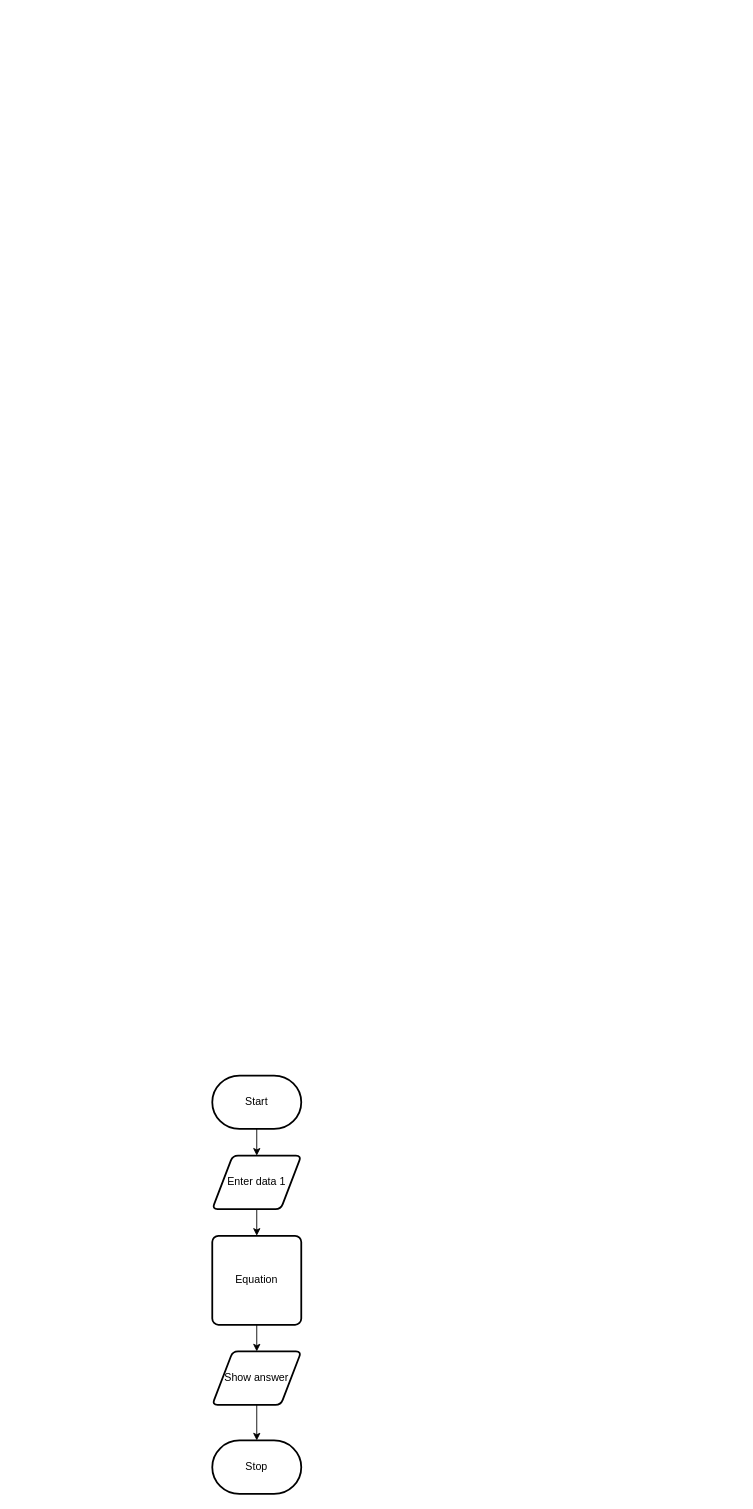
MTHS-ICS2O-2-2022/ICS2O-Unit-5-04-Jaden-Plugowsky keeps this draw.io diagram as design/flowchart.drawio. Above is the earlier version. Source tidied: cells renumbered, new cells numbered last; positions are measured from the earlier drawing's top-left corner, leaving out a move shared by most shapes. Both pictures are drawn from the tidied source at 89%, with x=0, y=0 at pixel (212, 1075).
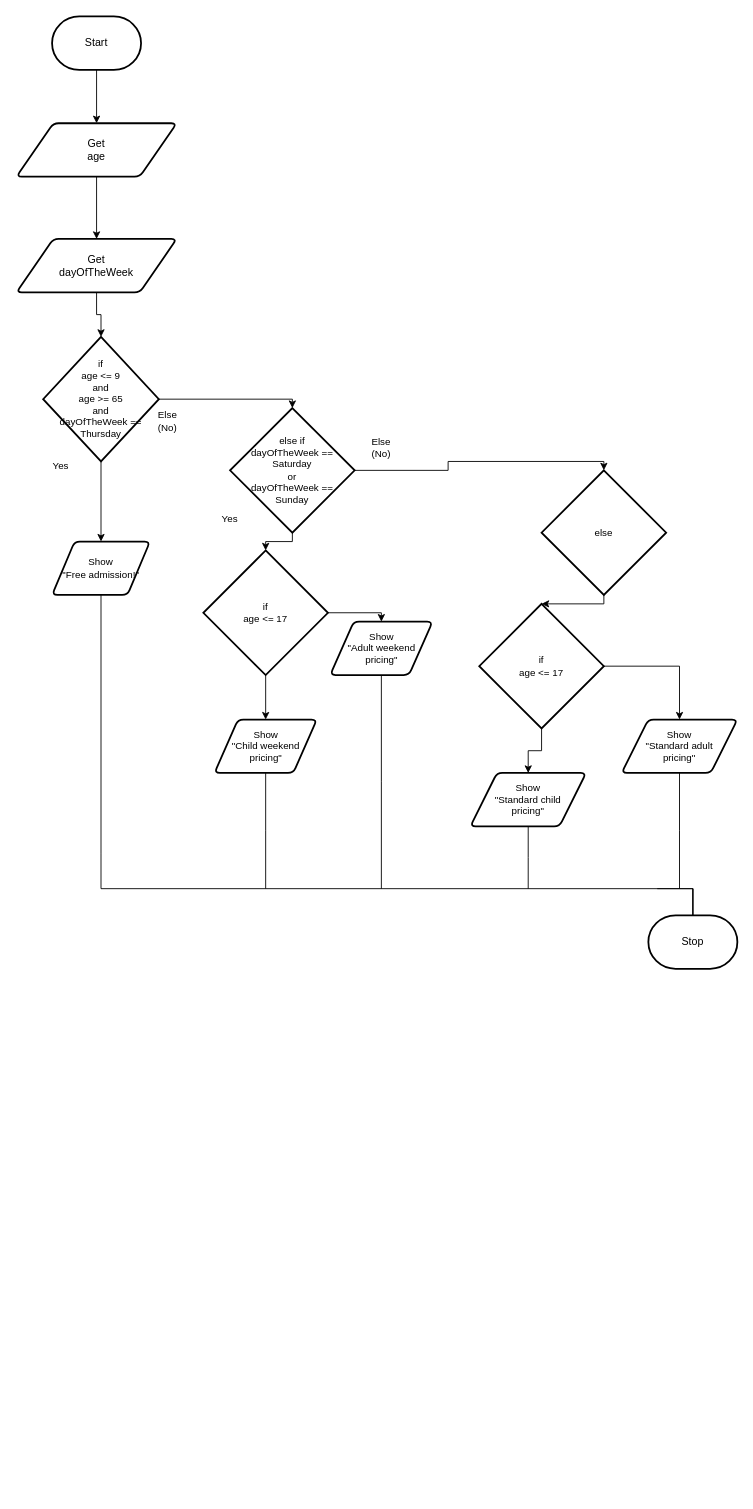
Above is the later version.

Change to the diagram source:
```diff
@@
-    <mxCell id="2" style="edgeStyle=orthogonalEdgeStyle;html=1;entryX=0.5;entryY=0;entryDx=0;entryDy=0;rounded=0;" parent="1" edge="1" source="3" target="6">
-      <mxGeometry relative="1" as="geometry" />
-    </mxCell>
+    <mxCell id="11" style="edgeStyle=orthogonalEdgeStyle;shape=connector;rounded=0;html=1;entryX=0.5;entryY=0;entryDx=0;entryDy=0;labelBackgroundColor=default;strokeColor=default;fontFamily=Helvetica;fontSize=11;fontColor=default;endArrow=classic;elbow=vertical;" parent="1" edge="1" source="3" target="13">
+      <mxGeometry relative="1" as="geometry" />
+    </mxCell>
     <mxCell id="3" value="Start" style="strokeWidth=2;html=1;shape=mxgraph.flowchart.terminator;whiteSpace=wrap;" parent="1" vertex="1">
-      <mxGeometry width="100" height="60" as="geometry" />
+      <mxGeometry x="-180" y="-1190" width="100" height="60" as="geometry" />
     </mxCell>
+    <mxCell id="12" style="edgeStyle=orthogonalEdgeStyle;shape=connector;rounded=0;html=1;entryX=0.5;entryY=0;entryDx=0;entryDy=0;labelBackgroundColor=default;strokeColor=default;fontFamily=Helvetica;fontSize=11;fontColor=default;endArrow=classic;elbow=vertical;" parent="1" edge="1" source="13" target="29">
+      <mxGeometry relative="1" as="geometry" />
+    </mxCell>
+    <mxCell id="13" value="Get&lt;br&gt;age" style="shape=parallelogram;html=1;strokeWidth=2;perimeter=parallelogramPerimeter;whiteSpace=wrap;rounded=1;arcSize=12;size=0.23;" parent="1" vertex="1">
+      <mxGeometry x="-220" y="-1070" width="180" height="60" as="geometry" />
+    </mxCell>
+    <mxCell id="14" style="edgeStyle=orthogonalEdgeStyle;shape=connector;rounded=0;html=1;entryX=0.5;entryY=0;entryDx=0;entryDy=0;labelBackgroundColor=default;strokeColor=default;fontFamily=Helvetica;fontSize=11;fontColor=default;endArrow=classic;elbow=vertical;" parent="1" edge="1" source="16" target="18">
+      <mxGeometry relative="1" as="geometry" />
+    </mxCell>
+    <mxCell id="15" style="edgeStyle=orthogonalEdgeStyle;shape=connector;rounded=0;html=1;entryX=0.5;entryY=0;entryDx=0;entryDy=0;entryPerimeter=0;labelBackgroundColor=default;strokeColor=default;fontFamily=Helvetica;fontSize=11;fontColor=default;endArrow=classic;elbow=vertical;" parent="1" edge="1" source="16" target="23">
+      <mxGeometry relative="1" as="geometry" />
+    </mxCell>
+    <mxCell id="16" value="if&lt;br&gt;age &amp;lt;= 9&lt;br&gt;and&lt;br&gt;age &amp;gt;= 65&lt;br&gt;and&lt;br&gt;dayOfTheWeek == Thursday" style="strokeWidth=2;html=1;shape=mxgraph.flowchart.decision;whiteSpace=wrap;fontFamily=Helvetica;fontSize=11;fontColor=default;" parent="1" vertex="1">
+      <mxGeometry x="-190" y="-830" width="130" height="140" as="geometry" />
+    </mxCell>
+    <mxCell id="17" style="edgeStyle=orthogonalEdgeStyle;shape=connector;rounded=0;html=1;labelBackgroundColor=default;strokeColor=default;fontFamily=Helvetica;fontSize=11;fontColor=default;endArrow=none;elbow=vertical;endFill=0;" parent="1" edge="1" source="18">
+      <mxGeometry relative="1" as="geometry">
+        <mxPoint x="540" y="-210" as="targetPoint" />
+        <Array as="points">
+          <mxPoint x="-125" y="-250" />
+          <mxPoint x="-125" y="-250" />
+        </Array>
+      </mxGeometry>
+    </mxCell>
+    <mxCell id="18" value="Show&lt;br&gt;&quot;Free admission!&quot;" style="shape=parallelogram;html=1;strokeWidth=2;perimeter=parallelogramPerimeter;whiteSpace=wrap;rounded=1;arcSize=12;size=0.23;fontFamily=Helvetica;fontSize=11;fontColor=default;" parent="1" vertex="1">
+      <mxGeometry x="-180" y="-600" width="110" height="60" as="geometry" />
+    </mxCell>
+    <mxCell id="19" value="Yes" style="text;strokeColor=none;align=center;fillColor=none;html=1;verticalAlign=middle;whiteSpace=wrap;rounded=0;fontFamily=Helvetica;fontSize=11;fontColor=default;" parent="1" vertex="1">
+      <mxGeometry x="-200" y="-700" width="60" height="30" as="geometry" />
+    </mxCell>
+    <mxCell id="20" value="Else&lt;br&gt;(No)" style="text;strokeColor=none;align=center;fillColor=none;html=1;verticalAlign=middle;whiteSpace=wrap;rounded=0;fontFamily=Helvetica;fontSize=11;fontColor=default;" parent="1" vertex="1">
+      <mxGeometry x="-80" y="-750" width="60" height="30" as="geometry" />
+    </mxCell>
+    <mxCell id="21" style="edgeStyle=orthogonalEdgeStyle;shape=connector;rounded=0;html=1;entryX=0.5;entryY=0;entryDx=0;entryDy=0;entryPerimeter=0;labelBackgroundColor=default;strokeColor=default;fontFamily=Helvetica;fontSize=11;fontColor=default;endArrow=classic;elbow=vertical;" parent="1" edge="1" source="23" target="27">
+      <mxGeometry relative="1" as="geometry" />
+    </mxCell>
+    <mxCell id="22" style="edgeStyle=orthogonalEdgeStyle;shape=connector;rounded=0;html=1;entryX=0.5;entryY=0;entryDx=0;entryDy=0;entryPerimeter=0;labelBackgroundColor=default;strokeColor=default;fontFamily=Helvetica;fontSize=11;fontColor=default;endArrow=classic;elbow=vertical;" parent="1" edge="1" source="23" target="34">
+      <mxGeometry relative="1" as="geometry" />
+    </mxCell>
+    <mxCell id="23" value="else if&lt;br&gt;dayOfTheWeek == Saturday&lt;br&gt;or&lt;br&gt;dayOfTheWeek ==&lt;br&gt;Sunday" style="strokeWidth=2;html=1;shape=mxgraph.flowchart.decision;whiteSpace=wrap;fontFamily=Helvetica;fontSize=11;fontColor=default;" parent="1" vertex="1">
+      <mxGeometry x="20" y="-750" width="140" height="140" as="geometry" />
+    </mxCell>
+    <mxCell id="24" style="edgeStyle=orthogonalEdgeStyle;shape=connector;rounded=0;html=1;labelBackgroundColor=default;strokeColor=default;fontFamily=Helvetica;fontSize=11;fontColor=default;endArrow=none;endFill=0;elbow=vertical;" parent="1" edge="1" source="25">
+      <mxGeometry relative="1" as="geometry">
+        <mxPoint x="60" y="-210" as="targetPoint" />
+      </mxGeometry>
+    </mxCell>
+    <mxCell id="25" value="Show&lt;br&gt;&quot;Child weekend pricing&quot;" style="shape=parallelogram;html=1;strokeWidth=2;perimeter=parallelogramPerimeter;whiteSpace=wrap;rounded=1;arcSize=12;size=0.23;fontFamily=Helvetica;fontSize=11;fontColor=default;" parent="1" vertex="1">
+      <mxGeometry x="2.5" y="-400" width="115" height="60" as="geometry" />
+    </mxCell>
+    <mxCell id="26" style="edgeStyle=orthogonalEdgeStyle;shape=connector;rounded=0;html=1;entryX=0.5;entryY=0;entryDx=0;entryDy=0;entryPerimeter=0;labelBackgroundColor=default;strokeColor=default;fontFamily=Helvetica;fontSize=11;fontColor=default;endArrow=classic;elbow=vertical;" parent="1" edge="1" source="27" target="39">
+      <mxGeometry relative="1" as="geometry" />
+    </mxCell>
+    <mxCell id="27" value="else" style="strokeWidth=2;html=1;shape=mxgraph.flowchart.decision;whiteSpace=wrap;fontFamily=Helvetica;fontSize=11;fontColor=default;" parent="1" vertex="1">
+      <mxGeometry x="370" y="-680" width="140" height="140" as="geometry" />
+    </mxCell>
+    <mxCell id="28" style="edgeStyle=orthogonalEdgeStyle;shape=connector;rounded=0;html=1;entryX=0.5;entryY=0;entryDx=0;entryDy=0;entryPerimeter=0;labelBackgroundColor=default;strokeColor=default;fontFamily=Helvetica;fontSize=11;fontColor=default;endArrow=classic;elbow=vertical;" parent="1" edge="1" source="29" target="16">
+      <mxGeometry relative="1" as="geometry" />
+    </mxCell>
+    <mxCell id="29" value="Get&lt;br&gt;dayOfTheWeek" style="shape=parallelogram;html=1;strokeWidth=2;perimeter=parallelogramPerimeter;whiteSpace=wrap;rounded=1;arcSize=12;size=0.23;" parent="1" vertex="1">
+      <mxGeometry x="-220" y="-940" width="180" height="60" as="geometry" />
+    </mxCell>
+    <mxCell id="30" value="Else&lt;br&gt;(No)" style="text;strokeColor=none;align=center;fillColor=none;html=1;verticalAlign=middle;whiteSpace=wrap;rounded=0;fontFamily=Helvetica;fontSize=11;fontColor=default;" parent="1" vertex="1">
+      <mxGeometry x="160" y="-720" width="60" height="30" as="geometry" />
+    </mxCell>
+    <mxCell id="31" value="Yes" style="text;strokeColor=none;align=center;fillColor=none;html=1;verticalAlign=middle;whiteSpace=wrap;rounded=0;fontFamily=Helvetica;fontSize=11;fontColor=default;" parent="1" vertex="1">
+      <mxGeometry x="-10" y="-640" width="60" height="30" as="geometry" />
+    </mxCell>
+    <mxCell id="32" style="edgeStyle=orthogonalEdgeStyle;shape=connector;rounded=0;html=1;entryX=0.5;entryY=0;entryDx=0;entryDy=0;labelBackgroundColor=default;strokeColor=default;fontFamily=Helvetica;fontSize=11;fontColor=default;endArrow=classic;elbow=vertical;" parent="1" edge="1" source="34" target="25">
+      <mxGeometry relative="1" as="geometry" />
+    </mxCell>
+    <mxCell id="33" style="edgeStyle=orthogonalEdgeStyle;shape=connector;rounded=0;html=1;entryX=0.5;entryY=0;entryDx=0;entryDy=0;labelBackgroundColor=default;strokeColor=default;fontFamily=Helvetica;fontSize=11;fontColor=default;endArrow=classic;elbow=vertical;" parent="1" edge="1" source="34" target="36">
+      <mxGeometry relative="1" as="geometry" />
+    </mxCell>
+    <mxCell id="34" value="if&lt;br&gt;age &amp;lt;= 17" style="strokeWidth=2;html=1;shape=mxgraph.flowchart.decision;whiteSpace=wrap;fontFamily=Helvetica;fontSize=11;fontColor=default;" parent="1" vertex="1">
+      <mxGeometry x="-10" y="-590" width="140" height="140" as="geometry" />
+    </mxCell>
+    <mxCell id="35" style="edgeStyle=orthogonalEdgeStyle;shape=connector;rounded=0;html=1;labelBackgroundColor=default;strokeColor=default;fontFamily=Helvetica;fontSize=11;fontColor=default;endArrow=none;endFill=0;elbow=vertical;" parent="1" edge="1" source="36">
+      <mxGeometry relative="1" as="geometry">
+        <mxPoint x="190" y="-210" as="targetPoint" />
+      </mxGeometry>
+    </mxCell>
+    <mxCell id="36" value="Show&lt;br&gt;&quot;Adult weekend pricing&quot;" style="shape=parallelogram;html=1;strokeWidth=2;perimeter=parallelogramPerimeter;whiteSpace=wrap;rounded=1;arcSize=12;size=0.23;fontFamily=Helvetica;fontSize=11;fontColor=default;" parent="1" vertex="1">
+      <mxGeometry x="132.5" y="-510" width="115" height="60" as="geometry" />
+    </mxCell>
+    <mxCell id="37" style="edgeStyle=orthogonalEdgeStyle;shape=connector;rounded=0;html=1;entryX=0.5;entryY=0;entryDx=0;entryDy=0;labelBackgroundColor=default;strokeColor=default;fontFamily=Helvetica;fontSize=11;fontColor=default;endArrow=classic;elbow=vertical;" parent="1" edge="1" source="39" target="41">
+      <mxGeometry relative="1" as="geometry" />
+    </mxCell>
+    <mxCell id="38" style="edgeStyle=orthogonalEdgeStyle;shape=connector;rounded=0;html=1;entryX=0.5;entryY=0;entryDx=0;entryDy=0;labelBackgroundColor=default;strokeColor=default;fontFamily=Helvetica;fontSize=11;fontColor=default;endArrow=classic;elbow=vertical;" parent="1" edge="1" source="39" target="43">
+      <mxGeometry relative="1" as="geometry" />
+    </mxCell>
+    <mxCell id="39" value="if&lt;br&gt;age &amp;lt;= 17" style="strokeWidth=2;html=1;shape=mxgraph.flowchart.decision;whiteSpace=wrap;fontFamily=Helvetica;fontSize=11;fontColor=default;" parent="1" vertex="1">
+      <mxGeometry x="300" y="-530" width="140" height="140" as="geometry" />
+    </mxCell>
+    <mxCell id="40" style="edgeStyle=orthogonalEdgeStyle;shape=connector;rounded=0;html=1;labelBackgroundColor=default;strokeColor=default;fontFamily=Helvetica;fontSize=11;fontColor=default;endArrow=none;endFill=0;elbow=vertical;" parent="1" edge="1" source="41">
+      <mxGeometry relative="1" as="geometry">
+        <mxPoint x="525" y="-210" as="targetPoint" />
+      </mxGeometry>
+    </mxCell>
+    <mxCell id="41" value="Show&lt;br&gt;&quot;Standard adult&lt;br&gt;pricing&quot;" style="shape=parallelogram;html=1;strokeWidth=2;perimeter=parallelogramPerimeter;whiteSpace=wrap;rounded=1;arcSize=12;size=0.23;fontFamily=Helvetica;fontSize=11;fontColor=default;" parent="1" vertex="1">
+      <mxGeometry x="460" y="-400" width="130" height="60" as="geometry" />
+    </mxCell>
+    <mxCell id="42" style="edgeStyle=orthogonalEdgeStyle;shape=connector;rounded=0;html=1;labelBackgroundColor=default;strokeColor=default;fontFamily=Helvetica;fontSize=11;fontColor=default;endArrow=none;endFill=0;elbow=vertical;" parent="1" edge="1" source="43">
+      <mxGeometry relative="1" as="geometry">
+        <mxPoint x="355" y="-210" as="targetPoint" />
+      </mxGeometry>
+    </mxCell>
+    <mxCell id="43" value="Show&lt;br&gt;&quot;Standard child&lt;br&gt;pricing&quot;" style="shape=parallelogram;html=1;strokeWidth=2;perimeter=parallelogramPerimeter;whiteSpace=wrap;rounded=1;arcSize=12;size=0.23;fontFamily=Helvetica;fontSize=11;fontColor=default;" parent="1" vertex="1">
+      <mxGeometry x="290" y="-340" width="130" height="60" as="geometry" />
+    </mxCell>
+    <mxCell id="44" style="edgeStyle=segmentEdgeStyle;endArrow=classic;html=1;curved=0;rounded=0;endSize=8;startSize=8;targetPerimeterSpacing=0;labelBackgroundColor=default;strokeColor=default;fontFamily=Helvetica;fontSize=11;fontColor=default;shape=connector;elbow=vertical;startArrow=none;" parent="1" edge="1" source="4">
+      <mxGeometry relative="1" as="geometry">
+        <mxPoint x="540" y="-140" as="targetPoint" />
+        <Array as="points">
+          <mxPoint x="540" y="-210" />
+          <mxPoint x="540" y="-170" />
+        </Array>
+      </mxGeometry>
+    </mxCell>
+    <mxCell id="45" style="edgeStyle=segmentEdgeStyle;endArrow=none;html=1;curved=0;rounded=0;endSize=8;startSize=8;sourcePerimeterSpacing=0;labelBackgroundColor=default;strokeColor=default;fontFamily=Helvetica;fontSize=11;fontColor=default;shape=connector;elbow=vertical;" parent="1" edge="1" target="4">
+      <mxGeometry relative="1" as="geometry">
+        <mxPoint x="500" y="-210" as="sourcePoint" />
+      </mxGeometry>
+    </mxCell>
     <mxCell id="4" value="Stop" style="strokeWidth=2;html=1;shape=mxgraph.flowchart.terminator;whiteSpace=wrap;" parent="1" vertex="1">
-      <mxGeometry y="410" width="100" height="60" as="geometry" />
+      <mxGeometry x="490" y="-180" width="100" height="60" as="geometry" />
     </mxCell>
-    <mxCell id="5" style="edgeStyle=orthogonalEdgeStyle;shape=connector;rounded=0;html=1;entryX=0.5;entryY=0;entryDx=0;entryDy=0;labelBackgroundColor=default;strokeColor=default;fontFamily=Helvetica;fontSize=11;fontColor=default;endArrow=classic;" parent="1" edge="1" source="6" target="10">
-      <mxGeometry relative="1" as="geometry" />
-    </mxCell>
-    <mxCell id="6" value="Enter data 1" style="shape=parallelogram;html=1;strokeWidth=2;perimeter=parallelogramPerimeter;whiteSpace=wrap;rounded=1;arcSize=12;size=0.23;" parent="1" vertex="1">
-      <mxGeometry y="90" width="100" height="60" as="geometry" />
-    </mxCell>
-    <mxCell id="7" style="edgeStyle=orthogonalEdgeStyle;shape=connector;rounded=0;html=1;labelBackgroundColor=default;strokeColor=default;fontFamily=Helvetica;fontSize=11;fontColor=default;endArrow=classic;" parent="1" edge="1" source="8" target="4">
-      <mxGeometry relative="1" as="geometry" />
-    </mxCell>
-    <mxCell id="8" value="Show answer" style="shape=parallelogram;html=1;strokeWidth=2;perimeter=parallelogramPerimeter;whiteSpace=wrap;rounded=1;arcSize=12;size=0.23;" parent="1" vertex="1">
-      <mxGeometry y="310" width="100" height="60" as="geometry" />
-    </mxCell>
-    <mxCell id="9" style="edgeStyle=orthogonalEdgeStyle;shape=connector;rounded=0;html=1;entryX=0.5;entryY=0;entryDx=0;entryDy=0;labelBackgroundColor=default;strokeColor=default;fontFamily=Helvetica;fontSize=11;fontColor=default;endArrow=classic;" parent="1" edge="1" source="10" target="8">
-      <mxGeometry relative="1" as="geometry" />
-    </mxCell>
-    <mxCell id="10" value="Equation" style="rounded=1;whiteSpace=wrap;html=1;absoluteArcSize=1;arcSize=14;strokeWidth=2;" parent="1" vertex="1">
-      <mxGeometry y="180" width="100" height="100" as="geometry" />
-    </mxCell>
```
